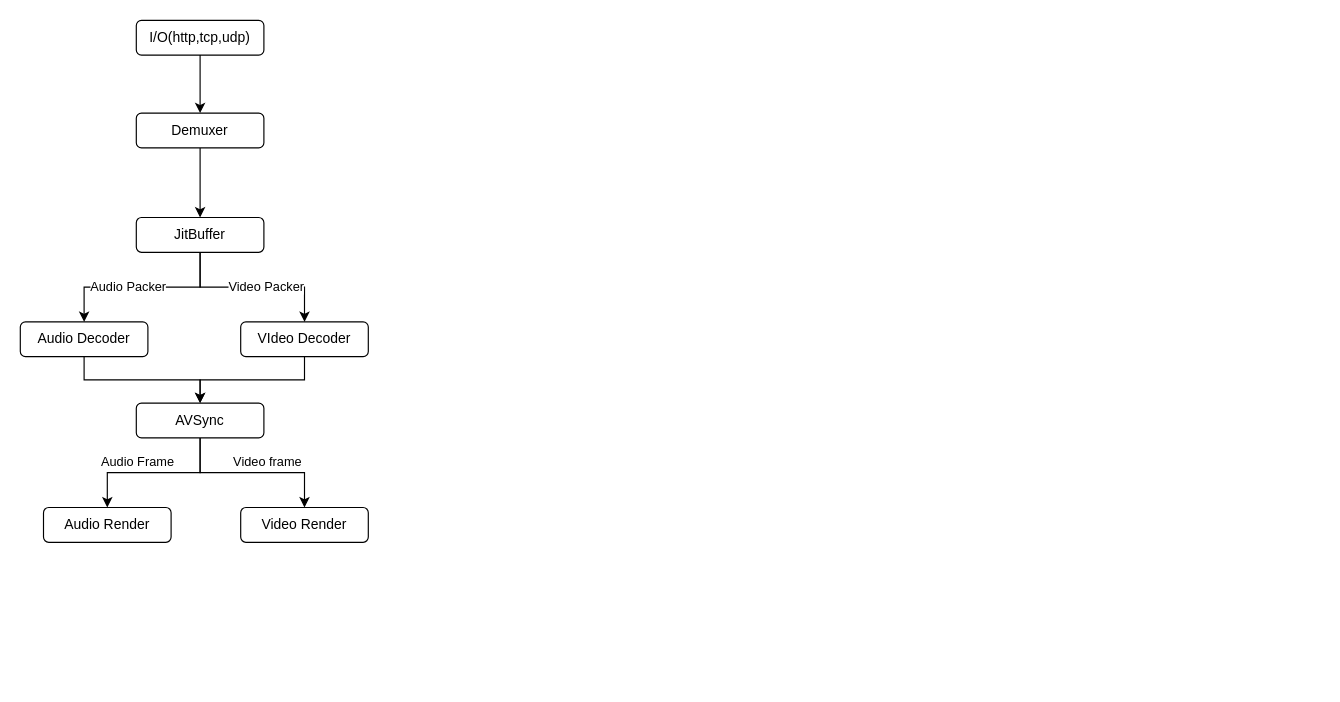
The draw.io diagram player.drawio in xiaopengs/Brainstorming, before the edit. Source tidied: cells renumbered, new cells numbered last; positions are measured from the earlier drawing's top-left corner, leaving out a move shared by most shapes. Both pictures are drawn from the tidied source at 116%, with x=0, y=0 at pixel (20, 20).
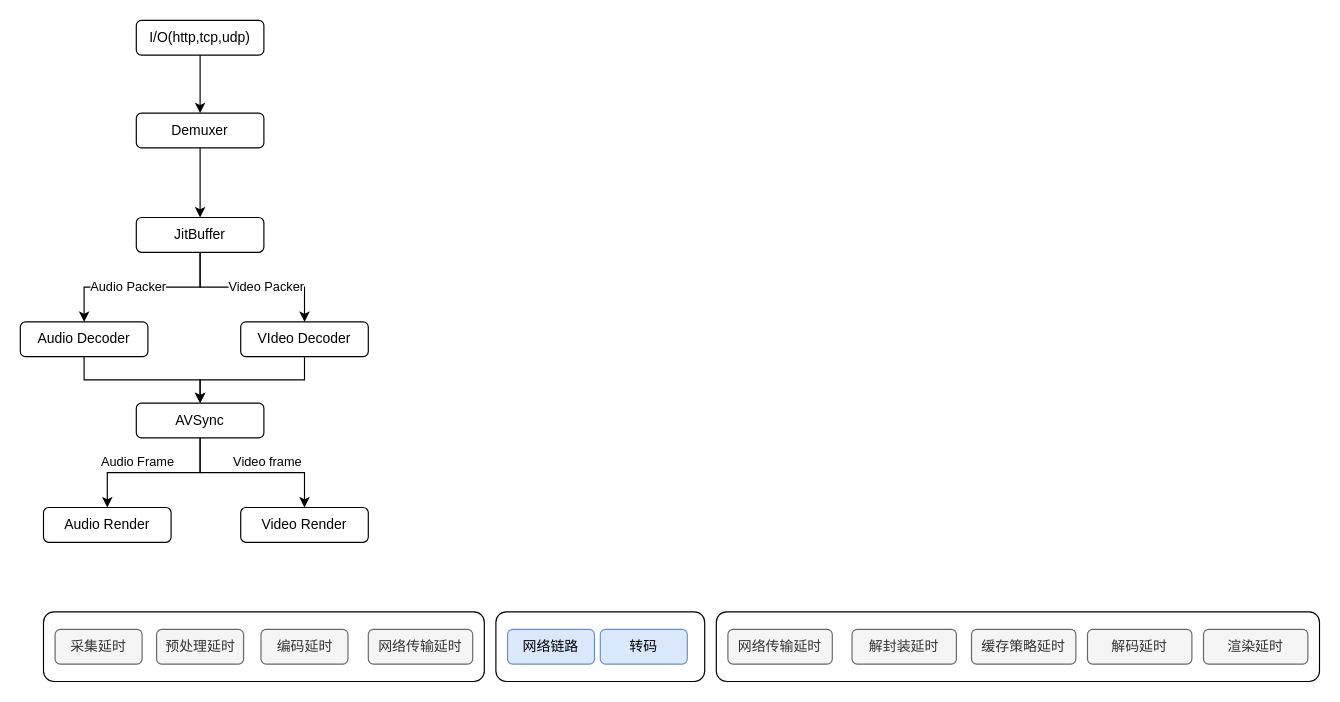
After the change.

Change to the diagram source:
```diff
@@
+    <mxCell id="22" style="rounded=1;whiteSpace=wrap;html=1;" parent="1" vertex="1">
+      <mxGeometry x="410" y="510" width="180" height="60" as="geometry" />
+    </mxCell>
+    <mxCell id="23" style="rounded=1;whiteSpace=wrap;html=1;" parent="1" vertex="1">
+      <mxGeometry x="600" y="510" width="520" height="60" as="geometry" />
+    </mxCell>
+    <mxCell id="24" style="rounded=1;whiteSpace=wrap;html=1;" parent="1" vertex="1">
+      <mxGeometry x="20" y="510" width="380" height="60" as="geometry" />
+    </mxCell>
@@
+    <mxCell id="25" value="采集延时" style="rounded=1;whiteSpace=wrap;html=1;fillColor=#f5f5f5;strokeColor=#666666;fontColor=#333333;" parent="1" vertex="1">
+      <mxGeometry x="30" y="525" width="75" height="30" as="geometry" />
+    </mxCell>
+    <mxCell id="26" value="预处理延时" style="rounded=1;whiteSpace=wrap;html=1;fillColor=#f5f5f5;strokeColor=#666666;fontColor=#333333;" parent="1" vertex="1">
+      <mxGeometry x="117.5" y="525" width="75" height="30" as="geometry" />
+    </mxCell>
+    <mxCell id="27" value="编码延时" style="rounded=1;whiteSpace=wrap;html=1;fillColor=#f5f5f5;strokeColor=#666666;fontColor=#333333;" parent="1" vertex="1">
+      <mxGeometry x="207.5" y="525" width="75" height="30" as="geometry" />
+    </mxCell>
+    <mxCell id="28" value="网络传输延时" style="rounded=1;whiteSpace=wrap;html=1;fillColor=#f5f5f5;strokeColor=#666666;fontColor=#333333;" parent="1" vertex="1">
+      <mxGeometry x="300" y="525" width="90" height="30" as="geometry" />
+    </mxCell>
+    <mxCell id="29" value="转码" style="rounded=1;whiteSpace=wrap;html=1;fillColor=#dae8fc;strokeColor=#6c8ebf;" parent="1" vertex="1">
+      <mxGeometry x="500" y="525" width="75" height="30" as="geometry" />
+    </mxCell>
+    <mxCell id="30" value="网络链路" style="rounded=1;whiteSpace=wrap;html=1;fillColor=#dae8fc;strokeColor=#6c8ebf;" parent="1" vertex="1">
+      <mxGeometry x="420" y="525" width="75" height="30" as="geometry" />
+    </mxCell>
+    <mxCell id="31" value="网络传输延时" style="rounded=1;whiteSpace=wrap;html=1;fillColor=#f5f5f5;strokeColor=#666666;fontColor=#333333;" parent="1" vertex="1">
+      <mxGeometry x="610" y="525" width="90" height="30" as="geometry" />
+    </mxCell>
+    <mxCell id="32" value="解封装延时" style="rounded=1;whiteSpace=wrap;html=1;fillColor=#f5f5f5;strokeColor=#666666;fontColor=#333333;" parent="1" vertex="1">
+      <mxGeometry x="717" y="525" width="90" height="30" as="geometry" />
+    </mxCell>
+    <mxCell id="33" value="缓存策略延时" style="rounded=1;whiteSpace=wrap;html=1;fillColor=#f5f5f5;strokeColor=#666666;fontColor=#333333;" parent="1" vertex="1">
+      <mxGeometry x="820" y="525" width="90" height="30" as="geometry" />
+    </mxCell>
+    <mxCell id="34" value="解码延时" style="rounded=1;whiteSpace=wrap;html=1;fillColor=#f5f5f5;strokeColor=#666666;fontColor=#333333;" parent="1" vertex="1">
+      <mxGeometry x="920" y="525" width="90" height="30" as="geometry" />
+    </mxCell>
+    <mxCell id="35" value="渲染延时" style="rounded=1;whiteSpace=wrap;html=1;fillColor=#f5f5f5;strokeColor=#666666;fontColor=#333333;" parent="1" vertex="1">
+      <mxGeometry x="1020" y="525" width="90" height="30" as="geometry" />
+    </mxCell>
```
